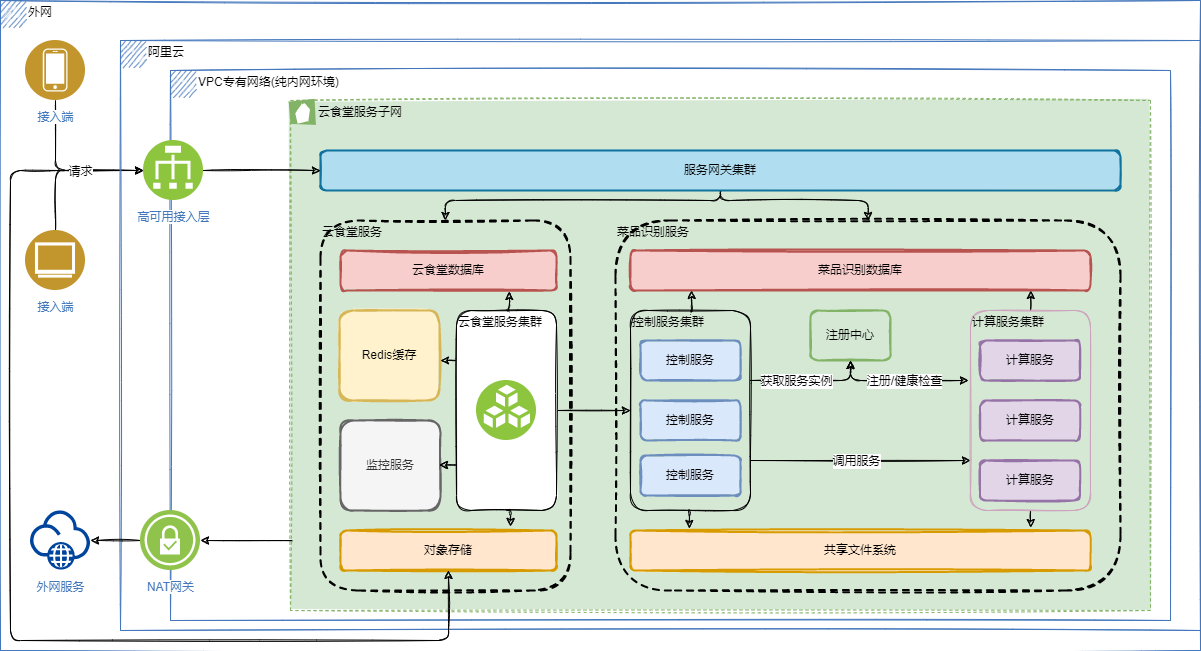
This is 菜品识别部署架构.drawio.png from liolay/draw, a draw.io export, as it was before one commit. Source tidied: cells renumbered, new cells last; positions are measured from the earlier drawing's top-left corner, leaving out a move shared by most shapes. Source of this version:
```xml
<mxGraphModel>
  <root>
    <mxCell id="0" />
    <mxCell id="1" parent="0" />
    <mxCell id="2" value="外网" style="shape=mxgraph.ibm.box;prType=public;fontStyle=0;verticalAlign=top;align=left;spacingLeft=32;spacingTop=4;fillColor=none;rounded=1;whiteSpace=wrap;html=1;strokeColor=#4376BB;strokeWidth=1;dashed=0;spacing=-4;sketch=1;" parent="1" vertex="1">
      <mxGeometry width="1200" height="650" as="geometry" />
    </mxCell>
    <mxCell id="3" style="edgeStyle=orthogonalEdgeStyle;rounded=1;jettySize=auto;html=1;exitX=0.5;exitY=1;exitDx=0;exitDy=0;entryX=0;entryY=0.5;entryDx=0;entryDy=0;sketch=1;" parent="1" edge="1" source="4" target="10">
      <mxGeometry relative="1" as="geometry" />
    </mxCell>
    <mxCell id="4" value="接入端" style="perimeter=ellipsePerimeter;html=1;align=center;shadow=0;dashed=0;fontColor=#4277BB;labelBackgroundColor=#ffffff;fontSize=12;spacingTop=3;image;image=img/lib/ibm/users/device.svg;rounded=1;sketch=1;" parent="1" vertex="1">
      <mxGeometry x="25" y="40" width="60" height="60" as="geometry" />
    </mxCell>
    <mxCell id="5" style="edgeStyle=orthogonalEdgeStyle;rounded=1;jettySize=auto;html=1;exitX=0.5;exitY=0;exitDx=0;exitDy=0;entryX=0;entryY=0.5;entryDx=0;entryDy=0;sketch=1;" parent="1" edge="1" source="7" target="10">
      <mxGeometry relative="1" as="geometry" />
    </mxCell>
    <mxCell id="6" value="请求" style="edgeLabel;html=1;align=center;verticalAlign=middle;rounded=1;sketch=1;" parent="5" vertex="1">
      <mxGeometry x="0.14" relative="1" as="geometry" />
    </mxCell>
    <mxCell id="7" value="接入端" style="perimeter=ellipsePerimeter;html=1;align=center;shadow=0;dashed=0;fontColor=#4277BB;labelBackgroundColor=#ffffff;fontSize=12;spacingTop=3;image;image=img/lib/ibm/users/browser.svg;rounded=1;sketch=1;" parent="1" vertex="1">
      <mxGeometry x="25" y="230" width="60" height="60" as="geometry" />
    </mxCell>
    <mxCell id="8" value="阿里云" style="shape=mxgraph.ibm.box;prType=cloud;fontStyle=0;verticalAlign=top;align=left;spacingLeft=32;spacingTop=4;fillColor=none;rounded=1;whiteSpace=wrap;html=1;strokeColor=#4376BB;strokeWidth=1;dashed=0;spacing=-4;sketch=1;" parent="1" vertex="1">
      <mxGeometry x="120" y="40" width="1080" height="590" as="geometry" />
    </mxCell>
    <mxCell id="9" value="VPC专有网络(纯内网环境)" style="shape=mxgraph.ibm.box;prType=vpc;fontStyle=0;verticalAlign=top;align=left;spacingLeft=32;spacingTop=4;fillColor=none;rounded=1;whiteSpace=wrap;html=1;strokeColor=#4376BB;strokeWidth=1;dashed=0;spacing=-4;sketch=1;" parent="1" vertex="1">
      <mxGeometry x="170" y="70" width="1000" height="550" as="geometry" />
    </mxCell>
    <mxCell id="10" value="高可用接入层" style="perimeter=ellipsePerimeter;html=1;align=center;shadow=0;dashed=0;fontColor=#4277BB;labelBackgroundColor=#ffffff;fontSize=12;spacingTop=3;image;image=img/lib/ibm/vpc/LoadBalancer.svg;rounded=1;sketch=1;" parent="1" vertex="1">
      <mxGeometry x="143" y="140" width="60" height="60" as="geometry" />
    </mxCell>
    <mxCell id="11" value="云食堂服务子网" style="shape=mxgraph.ibm.box;prType=subnet;fontStyle=0;verticalAlign=top;align=left;spacingLeft=32;spacingTop=4;fillColor=#d5e8d4;rounded=1;whiteSpace=wrap;html=1;strokeColor=#82b366;strokeWidth=1;dashed=1;spacing=-4;fillStyle=solid;sketch=1;" parent="1" vertex="1">
      <mxGeometry x="290" y="100" width="860" height="510" as="geometry" />
    </mxCell>
    <mxCell id="12" style="edgeStyle=orthogonalEdgeStyle;rounded=1;jettySize=auto;html=1;exitX=1;exitY=0.75;exitDx=0;exitDy=0;entryX=0;entryY=0.75;entryDx=0;entryDy=0;sketch=1;" parent="1" edge="1" source="16" target="22">
      <mxGeometry relative="1" as="geometry" />
    </mxCell>
    <mxCell id="13" value="调用服务" style="edgeLabel;html=1;align=center;verticalAlign=middle;rounded=1;sketch=1;" parent="12" vertex="1">
      <mxGeometry x="-0.27" y="2" relative="1" as="geometry">
        <mxPoint x="25" y="2" as="offset" />
      </mxGeometry>
    </mxCell>
    <mxCell id="14" style="edgeStyle=orthogonalEdgeStyle;rounded=1;jettySize=auto;html=1;exitX=0.5;exitY=1;exitDx=0;exitDy=0;entryX=0.128;entryY=-0.05;entryDx=0;entryDy=0;entryPerimeter=0;sketch=1;" parent="1" edge="1" source="16" target="26">
      <mxGeometry relative="1" as="geometry" />
    </mxCell>
    <mxCell id="15" style="edgeStyle=orthogonalEdgeStyle;rounded=1;jettySize=auto;html=1;exitX=0.5;exitY=0;exitDx=0;exitDy=0;entryX=0.133;entryY=1;entryDx=0;entryDy=0;entryPerimeter=0;sketch=1;" parent="1" edge="1" source="16" target="27">
      <mxGeometry relative="1" as="geometry" />
    </mxCell>
    <mxCell id="16" value="控制服务集群" style="fontStyle=0;verticalAlign=top;align=left;spacingTop=-2;fillColor=none;rounded=1;whiteSpace=wrap;html=1;strokeColor=default;strokeWidth=1;fillStyle=solid;sketch=1;" parent="1" vertex="1">
      <mxGeometry x="630" y="310" width="120" height="200" as="geometry" />
    </mxCell>
    <mxCell id="17" value="控制服务" style="rounded=1;whiteSpace=wrap;html=1;strokeWidth=2;fillWeight=4;hachureGap=8;hachureAngle=45;fillColor=#dae8fc;fillStyle=solid;strokeColor=#6c8ebf;sketch=1;" parent="16" vertex="1">
      <mxGeometry x="10" y="30" width="100" height="40" as="geometry" />
    </mxCell>
    <mxCell id="18" value="控制服务" style="rounded=1;whiteSpace=wrap;html=1;strokeWidth=2;fillWeight=4;hachureGap=8;hachureAngle=45;fillColor=#dae8fc;fillStyle=solid;strokeColor=#6c8ebf;sketch=1;" parent="16" vertex="1">
      <mxGeometry x="10" y="90" width="100" height="40" as="geometry" />
    </mxCell>
    <mxCell id="19" value="控制服务" style="rounded=1;whiteSpace=wrap;html=1;strokeWidth=2;fillWeight=4;hachureGap=8;hachureAngle=45;fillColor=#dae8fc;fillStyle=solid;strokeColor=#6c8ebf;sketch=1;" parent="16" vertex="1">
      <mxGeometry x="10" y="145" width="100" height="40" as="geometry" />
    </mxCell>
    <mxCell id="20" style="edgeStyle=orthogonalEdgeStyle;rounded=1;jettySize=auto;html=1;exitX=0.5;exitY=1;exitDx=0;exitDy=0;entryX=0.87;entryY=-0.075;entryDx=0;entryDy=0;entryPerimeter=0;sketch=1;" parent="1" edge="1" source="22" target="26">
      <mxGeometry relative="1" as="geometry" />
    </mxCell>
    <mxCell id="21" style="edgeStyle=orthogonalEdgeStyle;rounded=1;jettySize=auto;html=1;exitX=0.5;exitY=0;exitDx=0;exitDy=0;entryX=0.87;entryY=1;entryDx=0;entryDy=0;entryPerimeter=0;sketch=1;" parent="1" edge="1" source="22" target="27">
      <mxGeometry relative="1" as="geometry" />
    </mxCell>
    <mxCell id="22" value="计算服务集群" style="fontStyle=0;verticalAlign=top;align=left;spacingTop=-2;fillColor=none;rounded=1;whiteSpace=wrap;html=1;strokeColor=#CDA2BE;strokeWidth=1;fillStyle=solid;sketch=1;" parent="1" vertex="1">
      <mxGeometry x="970" y="310" width="120" height="200" as="geometry" />
    </mxCell>
    <mxCell id="23" value="计算服务" style="rounded=1;whiteSpace=wrap;html=1;strokeWidth=2;fillWeight=4;hachureGap=8;hachureAngle=45;fillColor=#e1d5e7;fillStyle=solid;strokeColor=#9673a6;sketch=1;" parent="22" vertex="1">
      <mxGeometry x="9.5" y="30" width="100" height="40" as="geometry" />
    </mxCell>
    <mxCell id="24" value="计算服务" style="rounded=1;whiteSpace=wrap;html=1;strokeWidth=2;fillWeight=4;hachureGap=8;hachureAngle=45;fillColor=#e1d5e7;fillStyle=solid;strokeColor=#9673a6;sketch=1;" parent="22" vertex="1">
      <mxGeometry x="9.5" y="90" width="100" height="40" as="geometry" />
    </mxCell>
    <mxCell id="25" value="计算服务" style="rounded=1;whiteSpace=wrap;html=1;strokeWidth=2;fillWeight=4;hachureGap=8;hachureAngle=45;fillColor=#e1d5e7;fillStyle=solid;strokeColor=#9673a6;sketch=1;" parent="22" vertex="1">
      <mxGeometry x="9.5" y="150" width="100" height="40" as="geometry" />
    </mxCell>
    <mxCell id="26" value="共享文件系统" style="rounded=1;whiteSpace=wrap;html=1;strokeWidth=2;fillWeight=4;hachureGap=8;hachureAngle=45;fillColor=#ffe6cc;fillStyle=solid;strokeColor=#d79b00;rotation=0;sketch=1;" parent="1" vertex="1">
      <mxGeometry x="630" y="530" width="460" height="40" as="geometry" />
    </mxCell>
    <mxCell id="27" value="菜品识别数据库" style="rounded=1;whiteSpace=wrap;html=1;strokeWidth=2;fillWeight=4;hachureGap=8;hachureAngle=45;fillColor=#f8cecc;fillStyle=solid;strokeColor=#b85450;rotation=0;sketch=1;" parent="1" vertex="1">
      <mxGeometry x="630" y="250" width="460" height="40" as="geometry" />
    </mxCell>
    <mxCell id="28" style="edgeStyle=orthogonalEdgeStyle;rounded=1;jettySize=auto;html=1;exitX=1;exitY=0.5;exitDx=0;exitDy=0;entryX=0;entryY=0.5;entryDx=0;entryDy=0;sketch=1;" parent="1" edge="1" source="45" target="16">
      <mxGeometry relative="1" as="geometry" />
    </mxCell>
    <mxCell id="29" value="注册中心" style="rounded=1;whiteSpace=wrap;html=1;strokeWidth=2;fillWeight=4;hachureGap=8;hachureAngle=45;fillColor=#d5e8d4;fillStyle=solid;strokeColor=#82b366;rotation=0;sketch=1;" parent="1" vertex="1">
      <mxGeometry x="810" y="310" width="80" height="50" as="geometry" />
    </mxCell>
    <mxCell id="30" style="html=1;labelBackgroundColor=#ffffff;startArrow=classic;startFill=1;startSize=6;endArrow=classic;endFill=1;endSize=6;jettySize=auto;strokeWidth=1;fontSize=14;rounded=1;exitX=0.5;exitY=1;exitDx=0;exitDy=0;entryX=-0.017;entryY=0.35;entryDx=0;entryDy=0;entryPerimeter=0;sketch=1;" parent="1" edge="1" source="29" target="22">
      <mxGeometry relative="1" as="geometry">
        <Array as="points">
          <mxPoint x="850" y="380" />
        </Array>
      </mxGeometry>
    </mxCell>
    <mxCell id="31" value="注册/健康检查" style="edgeLabel;html=1;align=center;verticalAlign=middle;rounded=1;sketch=1;" parent="30" vertex="1">
      <mxGeometry x="-0.1" relative="1" as="geometry">
        <mxPoint x="11" as="offset" />
      </mxGeometry>
    </mxCell>
    <mxCell id="32" style="html=1;labelBackgroundColor=#ffffff;endArrow=classic;endFill=1;endSize=6;jettySize=auto;strokeWidth=1;fontSize=14;rounded=1;entryX=0.5;entryY=1;entryDx=0;entryDy=0;sketch=1;" parent="1" edge="1" target="29">
      <mxGeometry relative="1" as="geometry">
        <mxPoint x="750" y="380" as="sourcePoint" />
        <Array as="points">
          <mxPoint x="850" y="380" />
        </Array>
      </mxGeometry>
    </mxCell>
    <mxCell id="33" value="获取服务实例" style="edgeLabel;html=1;align=center;verticalAlign=middle;rounded=1;sketch=1;" parent="32" vertex="1">
      <mxGeometry x="-0.43" relative="1" as="geometry">
        <mxPoint x="11" as="offset" />
      </mxGeometry>
    </mxCell>
    <mxCell id="34" style="edgeStyle=orthogonalEdgeStyle;rounded=1;jettySize=auto;html=1;exitX=0.5;exitY=1;exitDx=0;exitDy=0;entryX=0.5;entryY=0;entryDx=0;entryDy=0;sketch=1;" parent="1" edge="1" source="36" target="44">
      <mxGeometry relative="1" as="geometry">
        <Array as="points">
          <mxPoint x="720" y="200" />
          <mxPoint x="445" y="200" />
        </Array>
      </mxGeometry>
    </mxCell>
    <mxCell id="35" style="edgeStyle=orthogonalEdgeStyle;rounded=1;jettySize=auto;html=1;exitX=0.5;exitY=1;exitDx=0;exitDy=0;entryX=0.5;entryY=0;entryDx=0;entryDy=0;sketch=1;" parent="1" edge="1" source="36" target="38">
      <mxGeometry relative="1" as="geometry">
        <Array as="points">
          <mxPoint x="720" y="200" />
          <mxPoint x="868" y="200" />
        </Array>
      </mxGeometry>
    </mxCell>
    <mxCell id="36" value="服务网关集群" style="rounded=1;whiteSpace=wrap;html=1;strokeWidth=2;fillWeight=4;hachureGap=8;hachureAngle=45;fillColor=#b1ddf0;fillStyle=solid;strokeColor=#10739e;rotation=0;sketch=1;" parent="1" vertex="1">
      <mxGeometry x="320" y="150" width="800" height="40" as="geometry" />
    </mxCell>
    <mxCell id="37" style="edgeStyle=orthogonalEdgeStyle;rounded=1;orthogonalLoop=1;jettySize=auto;html=1;exitX=0.5;exitY=1;exitDx=0;exitDy=0;sketch=1;" parent="1" edge="1" source="36" target="36">
      <mxGeometry relative="1" as="geometry" />
    </mxCell>
    <mxCell id="38" value="菜品识别服务" style="fontStyle=0;verticalAlign=top;align=left;spacingTop=-2;fillColor=none;rounded=1;whiteSpace=wrap;html=1;strokeWidth=2;dashed=1;fillStyle=solid;sketch=1;" parent="1" vertex="1">
      <mxGeometry x="615" y="220" width="505" height="370" as="geometry" />
    </mxCell>
    <mxCell id="39" style="edgeStyle=orthogonalEdgeStyle;rounded=1;jettySize=auto;html=1;exitX=1;exitY=0.5;exitDx=0;exitDy=0;sketch=1;" parent="1" edge="1" source="10" target="36">
      <mxGeometry relative="1" as="geometry" />
    </mxCell>
    <mxCell id="40" value="NAT网关" style="perimeter=ellipsePerimeter;html=1;align=center;shadow=0;dashed=0;fontColor=#4277BB;labelBackgroundColor=#ffffff;fontSize=12;spacingTop=3;image;image=img/lib/ibm/vpc/VPNGateway.svg;sketch=1;rounded=1;" parent="1" vertex="1">
      <mxGeometry x="140" y="510" width="60" height="60" as="geometry" />
    </mxCell>
    <mxCell id="41" style="html=1;labelBackgroundColor=#ffffff;endArrow=classic;endFill=1;endSize=6;jettySize=auto;strokeWidth=1;fontSize=14;entryX=1;entryY=0.5;entryDx=0;entryDy=0;exitX=0.002;exitY=0.863;exitDx=0;exitDy=0;exitPerimeter=0;sketch=1;rounded=1;" parent="1" edge="1" source="11" target="40">
      <mxGeometry relative="1" as="geometry" />
    </mxCell>
    <mxCell id="42" style="html=1;labelBackgroundColor=#ffffff;endArrow=classic;endFill=1;endSize=6;jettySize=auto;strokeWidth=1;fontSize=14;exitX=0;exitY=0.5;exitDx=0;exitDy=0;entryX=1;entryY=0.5;entryDx=0;entryDy=0;sketch=1;rounded=1;" parent="1" edge="1" source="40" target="43">
      <mxGeometry relative="1" as="geometry" />
    </mxCell>
    <mxCell id="43" value="外网服务" style="perimeter=ellipsePerimeter;html=1;align=center;shadow=0;dashed=0;fontColor=#4277BB;labelBackgroundColor=#ffffff;fontSize=12;spacingTop=3;image;image=img/lib/ibm/vpc/Internet.svg;sketch=1;rounded=1;" parent="1" vertex="1">
      <mxGeometry x="30" y="510" width="60" height="60" as="geometry" />
    </mxCell>
    <mxCell id="44" value="云食堂服务" style="fontStyle=0;verticalAlign=top;align=left;spacingTop=-2;rounded=1;whiteSpace=wrap;html=1;strokeWidth=2;dashed=1;fillStyle=solid;fillColor=none;sketch=1;" parent="1" vertex="1">
      <mxGeometry x="320" y="220" width="250" height="370" as="geometry" />
    </mxCell>
    <mxCell id="45" value="云食堂服务集群" style="fontStyle=0;verticalAlign=top;align=left;spacingTop=-2;rounded=1;whiteSpace=wrap;html=1;strokeWidth=1;sketch=1;" parent="1" vertex="1">
      <mxGeometry x="456" y="310" width="100" height="200" as="geometry" />
    </mxCell>
    <mxCell id="46" style="perimeter=ellipsePerimeter;html=1;align=center;shadow=0;dashed=0;fontColor=#4277BB;labelBackgroundColor=#ffffff;fontSize=12;spacingTop=3;image;image=img/lib/ibm/vpc/BlockStorage.svg;rounded=1;sketch=1;" parent="45" vertex="1">
      <mxGeometry x="20" y="70" width="60" height="60" as="geometry" />
    </mxCell>
    <mxCell id="47" value="对象存储" style="rounded=1;whiteSpace=wrap;html=1;strokeWidth=2;fillWeight=4;hachureGap=8;hachureAngle=45;fillColor=#ffe6cc;fillStyle=solid;strokeColor=#d79b00;rotation=0;sketch=1;" parent="1" vertex="1">
      <mxGeometry x="340" y="530" width="216" height="40" as="geometry" />
    </mxCell>
    <mxCell id="48" style="edgeStyle=orthogonalEdgeStyle;rounded=1;jettySize=auto;html=1;exitX=0.5;exitY=1;exitDx=0;exitDy=0;entryX=0.787;entryY=-0.1;entryDx=0;entryDy=0;entryPerimeter=0;sketch=1;" parent="1" edge="1" source="45" target="47">
      <mxGeometry relative="1" as="geometry" />
    </mxCell>
    <mxCell id="49" value="云食堂数据库" style="rounded=1;whiteSpace=wrap;html=1;strokeWidth=2;fillWeight=4;hachureGap=8;hachureAngle=45;fillColor=#f8cecc;fillStyle=solid;strokeColor=#b85450;rotation=0;sketch=1;" parent="1" vertex="1">
      <mxGeometry x="340" y="250" width="216" height="40" as="geometry" />
    </mxCell>
    <mxCell id="50" style="edgeStyle=orthogonalEdgeStyle;rounded=1;jettySize=auto;html=1;exitX=0.5;exitY=0;exitDx=0;exitDy=0;entryX=0.782;entryY=1.025;entryDx=0;entryDy=0;entryPerimeter=0;sketch=1;" parent="1" edge="1" source="45" target="49">
      <mxGeometry relative="1" as="geometry" />
    </mxCell>
    <mxCell id="51" value="Redis缓存" style="rounded=1;whiteSpace=wrap;html=1;strokeWidth=2;fillWeight=4;hachureGap=8;hachureAngle=45;fillColor=#fff2cc;fillStyle=solid;strokeColor=#d6b656;rotation=0;sketch=1;" parent="1" vertex="1">
      <mxGeometry x="339" y="310" width="100" height="90" as="geometry" />
    </mxCell>
    <mxCell id="52" value="监控服务" style="rounded=1;whiteSpace=wrap;html=1;strokeWidth=2;fillWeight=4;hachureGap=8;hachureAngle=45;fillColor=#f5f5f5;fillStyle=solid;strokeColor=#666666;rotation=0;fontColor=#333333;sketch=1;" parent="1" vertex="1">
      <mxGeometry x="340" y="420" width="100" height="90" as="geometry" />
    </mxCell>
    <mxCell id="53" style="html=1;labelBackgroundColor=#ffffff;endArrow=classic;endFill=1;endSize=6;jettySize=auto;strokeWidth=1;fontSize=14;rounded=1;exitX=0;exitY=0.25;exitDx=0;exitDy=0;sketch=1;" parent="1" edge="1" source="45">
      <mxGeometry relative="1" as="geometry">
        <mxPoint x="440" y="360" as="targetPoint" />
      </mxGeometry>
    </mxCell>
    <mxCell id="54" style="html=1;labelBackgroundColor=#ffffff;endArrow=classic;endFill=1;endSize=6;jettySize=auto;orthogonalLoop=1;strokeWidth=1;fontSize=14;rounded=1;exitX=0;exitY=0.25;exitDx=0;exitDy=0;sketch=1;" parent="1" edge="1">
      <mxGeometry relative="1" as="geometry">
        <mxPoint x="455" y="464.5" as="sourcePoint" />
        <mxPoint x="439" y="464.5" as="targetPoint" />
      </mxGeometry>
    </mxCell>
    <mxCell id="55" style="html=1;labelBackgroundColor=#ffffff;endArrow=classic;endFill=1;endSize=6;jettySize=auto;strokeWidth=1;fontSize=14;entryX=0.5;entryY=1;entryDx=0;entryDy=0;sketch=1;rounded=1;" parent="1" edge="1" target="47">
      <mxGeometry relative="1" as="geometry">
        <mxPoint x="60" y="170" as="sourcePoint" />
        <Array as="points">
          <mxPoint x="10" y="170" />
          <mxPoint x="10" y="640" />
          <mxPoint x="448" y="640" />
        </Array>
      </mxGeometry>
    </mxCell>
    <mxCell id="56" value="Icons" parent="0" />
  </root>
</mxGraphModel>
```
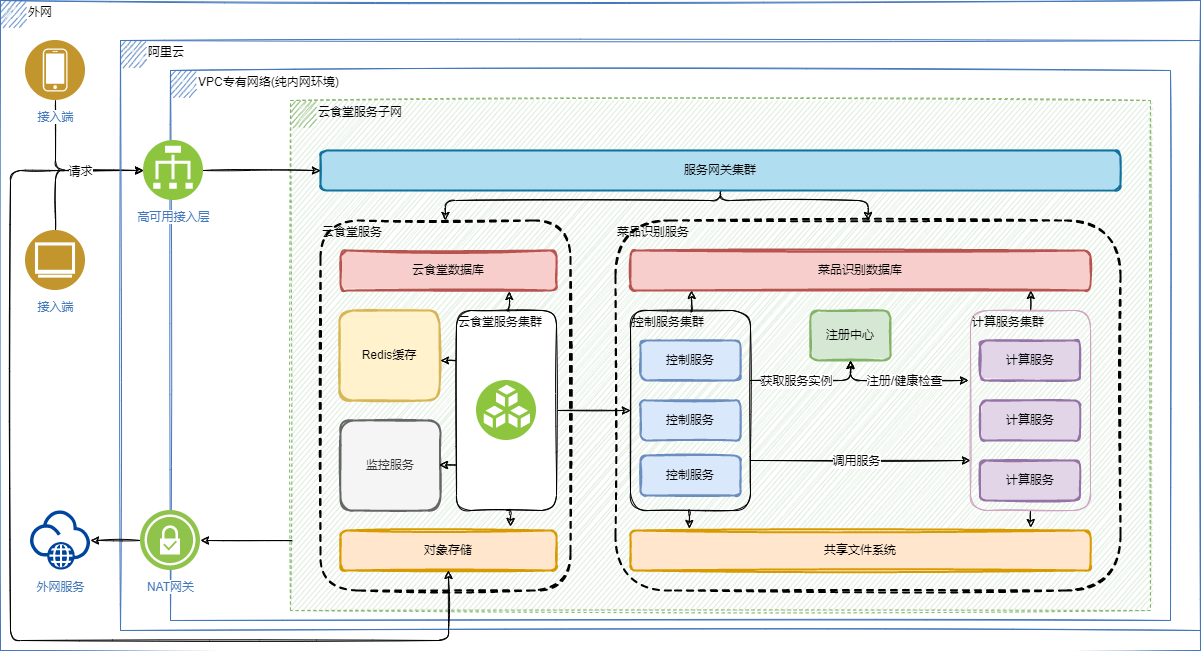
Above is the later version.

Commit message:
已添加 菜品识别部署架构.drawio.png

Change to the diagram source:
```diff
@@ -29,7 +29,7 @@
     <mxCell id="10" value="高可用接入层" style="perimeter=ellipsePerimeter;html=1;align=center;shadow=0;dashed=0;fontColor=#4277BB;labelBackgroundColor=#ffffff;fontSize=12;spacingTop=3;image;image=img/lib/ibm/vpc/LoadBalancer.svg;rounded=1;sketch=1;" parent="1" vertex="1">
       <mxGeometry x="143" y="140" width="60" height="60" as="geometry" />
     </mxCell>
-    <mxCell id="11" value="云食堂服务子网" style="shape=mxgraph.ibm.box;prType=subnet;fontStyle=0;verticalAlign=top;align=left;spacingLeft=32;spacingTop=4;fillColor=#d5e8d4;rounded=1;whiteSpace=wrap;html=1;strokeColor=#82b366;strokeWidth=1;dashed=1;spacing=-4;fillStyle=solid;sketch=1;" parent="1" vertex="1">
+    <mxCell id="11" value="云食堂服务子网" style="shape=mxgraph.ibm.box;prType=subnet;fontStyle=0;verticalAlign=top;align=left;spacingLeft=32;spacingTop=4;rounded=1;whiteSpace=wrap;html=1;strokeWidth=1;dashed=1;spacing=-4;fillStyle=auto;sketch=1;fillColor=#d5e8d4;strokeColor=#82b366;" parent="1" vertex="1">
       <mxGeometry x="290" y="100" width="860" height="510" as="geometry" />
     </mxCell>
     <mxCell id="12" style="edgeStyle=orthogonalEdgeStyle;rounded=1;jettySize=auto;html=1;exitX=1;exitY=0.75;exitDx=0;exitDy=0;entryX=0;entryY=0.75;entryDx=0;entryDy=0;sketch=1;" parent="1" edge="1" source="16" target="22">
```
